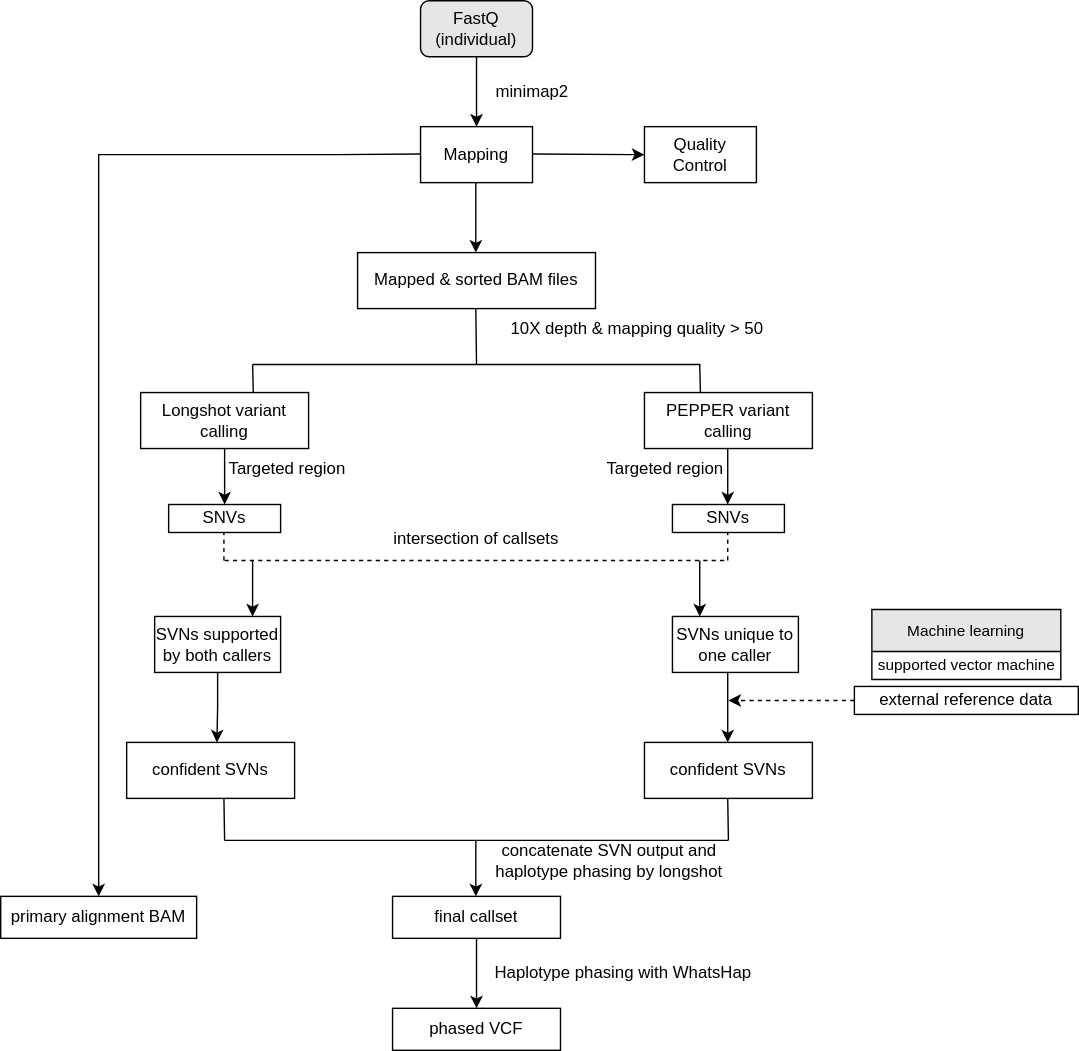
Earlier version of the draw.io export images/sm-SNIPER.svg (myonaung/sm-SNIPER). Source tidied: cells renumbered, new cells last; positions are measured from the earlier drawing's top-left corner, leaving out a move shared by most shapes.
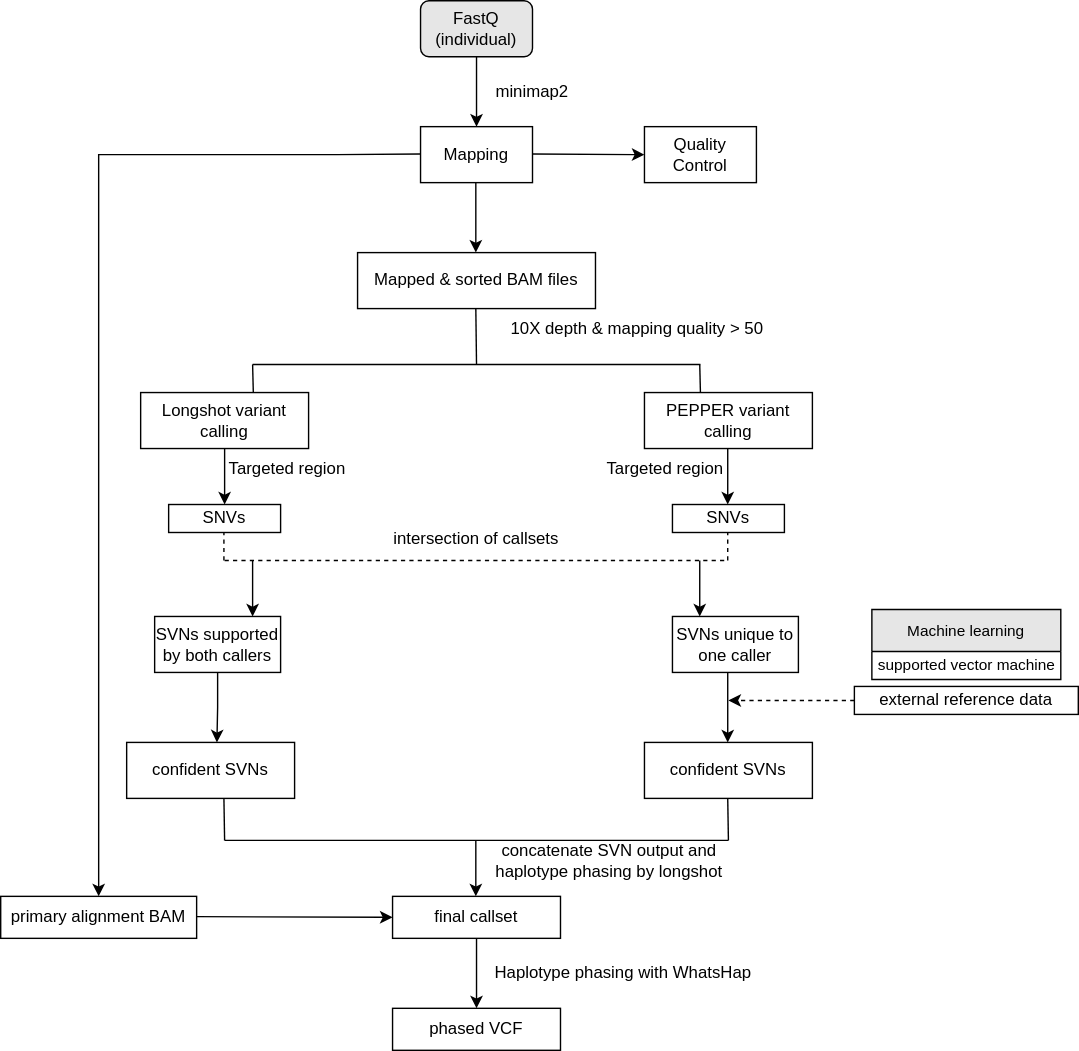
The same diagram one commit later.

Diff of the diagram source:
```diff
@@ -215,5 +215,10 @@
     <mxCell id="49" value="Haplotype phasing with WhatsHap" style="text;html=1;strokeColor=none;fillColor=none;align=center;verticalAlign=middle;whiteSpace=wrap;rounded=0;" parent="1" vertex="1">
       <mxGeometry x="350" y="680" width="190" height="30" as="geometry" />
     </mxCell>
+    <mxCell id="50" style="endArrow=classic;html=1;rounded=0;entryX=0;entryY=0.5;entryDx=0;entryDy=0;" parent="1" edge="1" target="44">
+      <mxGeometry relative="1" as="geometry">
+        <mxPoint x="140" y="654.5" as="sourcePoint" />
+      </mxGeometry>
+    </mxCell>
   </root>
 </mxGraphModel>
```
